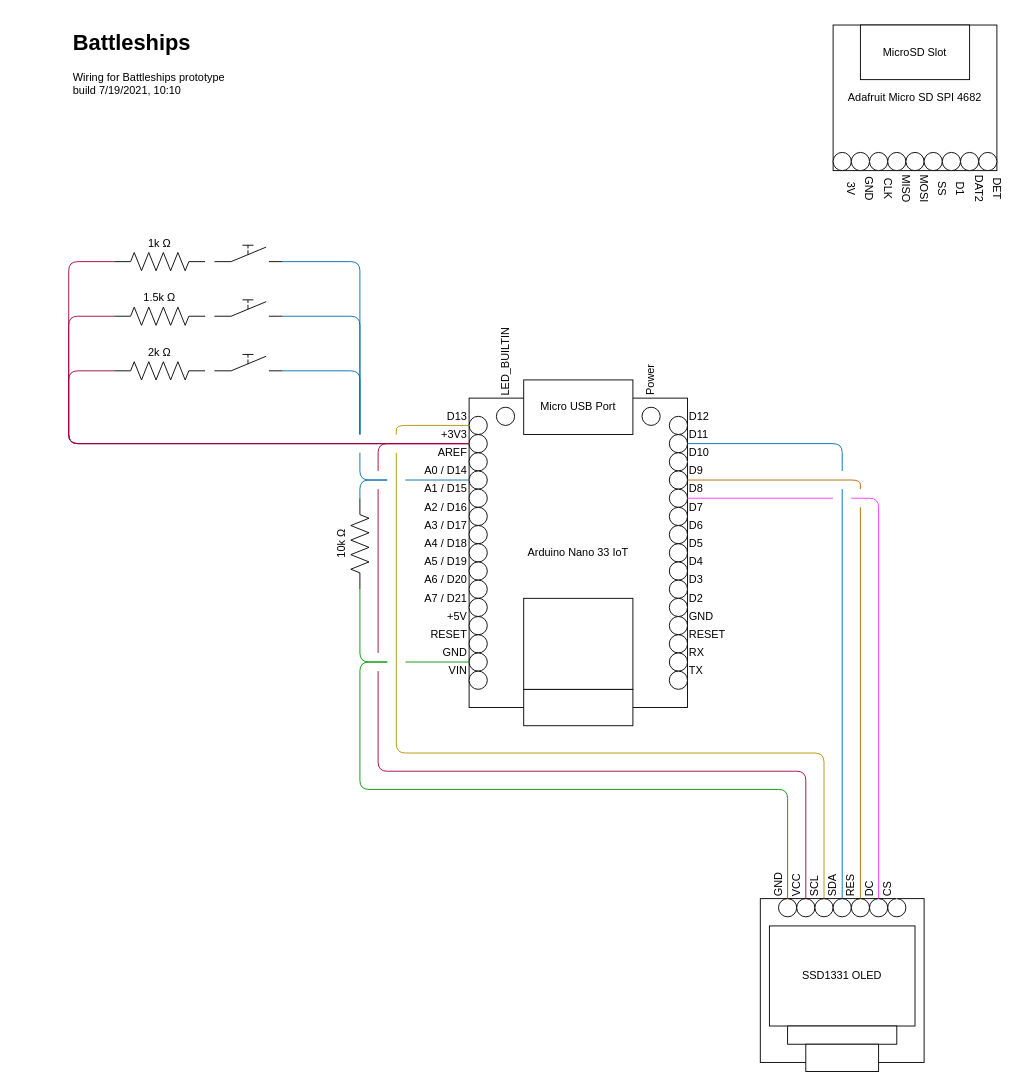
This is Prototype/Wiring Diagram.drawio from Matt-Anders-Gib/Battleships, a draw.io file, before an edit. Source tidied: cells renumbered, new cells numbered last; positions are measured from the earlier drawing's top-left corner, leaving out a move shared by most shapes. Both pictures are drawn from the tidied source at 91%, with x=0, y=0 at pixel (68, 25).
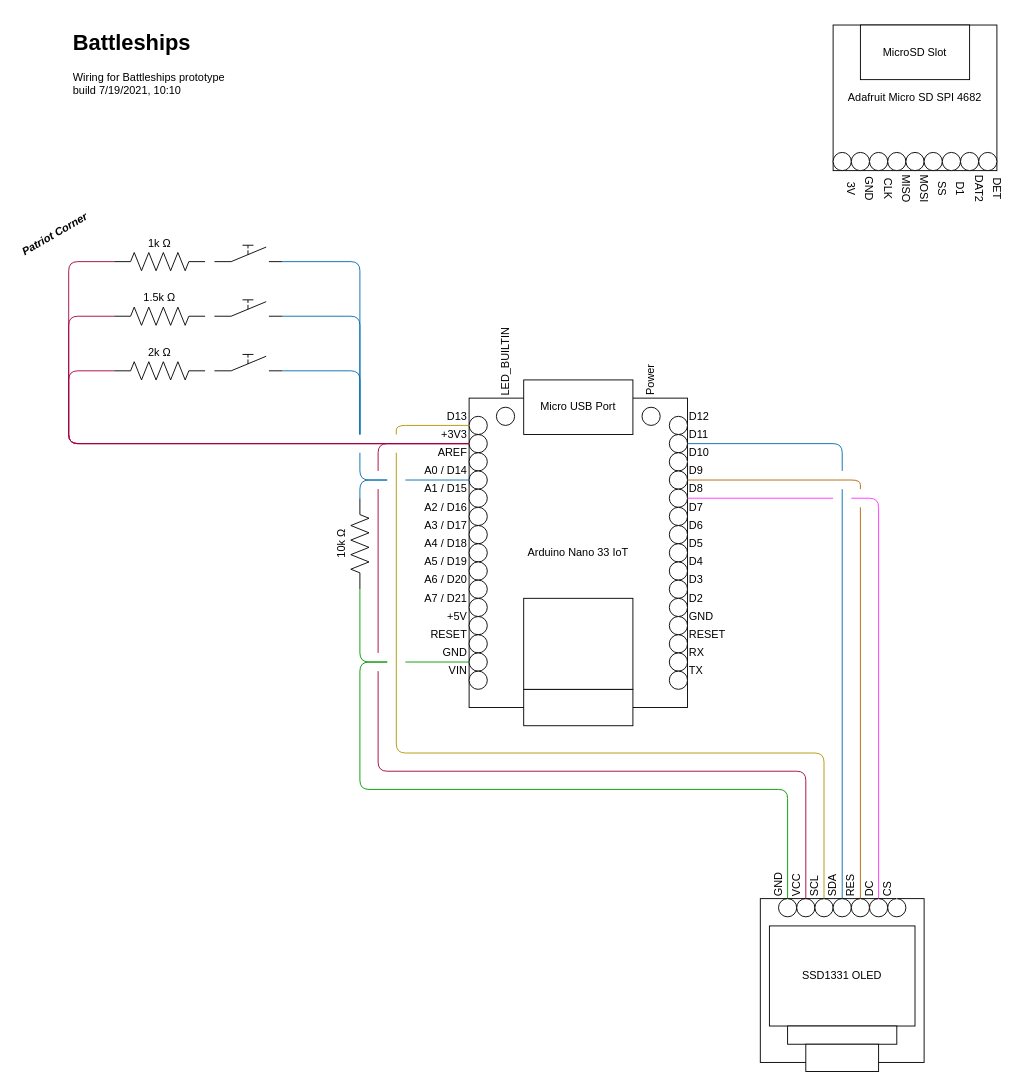
After the change.

Commit message:
Important wiring diagram update

The edit, as a diff of the source:
```diff
@@
+    <mxCell id="154" value="Patriot Corner" style="text;html=1;strokeColor=none;fillColor=none;align=center;verticalAlign=middle;whiteSpace=wrap;rounded=0;rotation=-30;fontStyle=3;" parent="132" vertex="1">
+      <mxGeometry x="-60" y="220" width="90" height="20" as="geometry" />
+    </mxCell>
```
